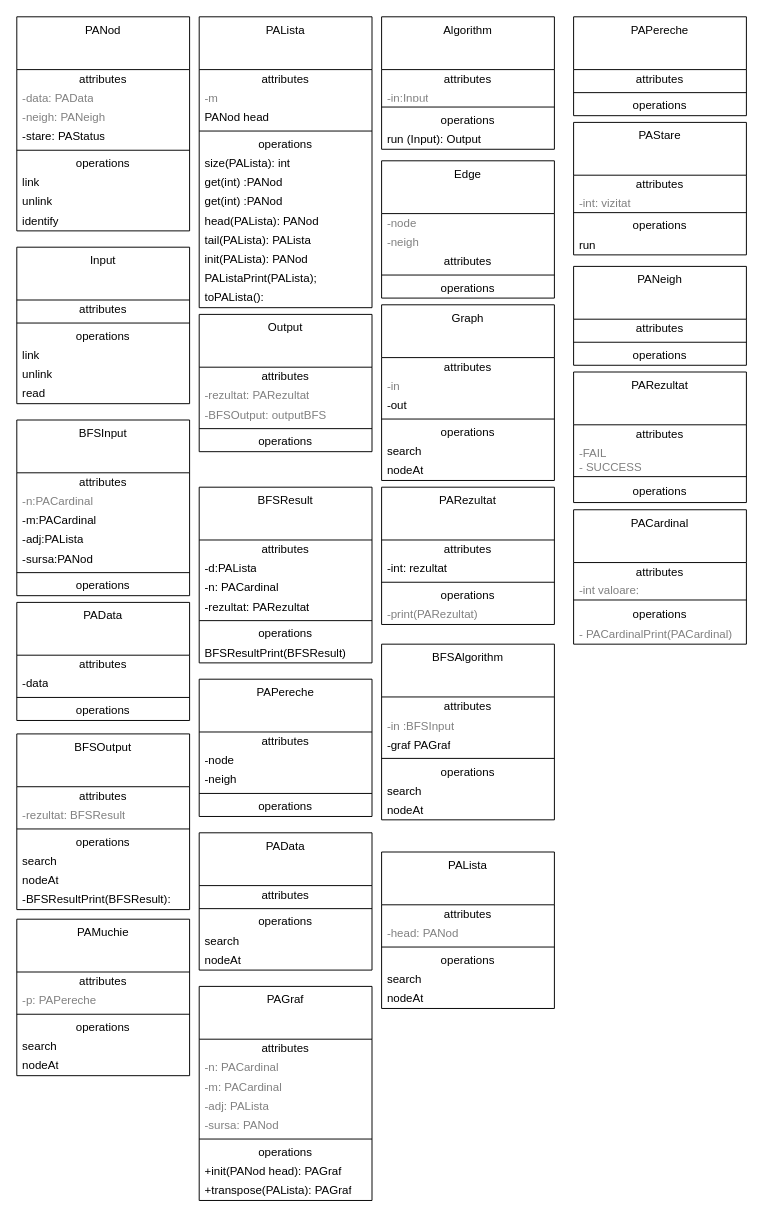
Cristof17/PALibrary keeps this draw.io diagram as C.drawio. Above is the earlier version. Source tidied: cells renumbered, new cells numbered last; positions are measured from the earlier drawing's top-left corner, leaving out a move shared by most shapes. Both pictures are drawn from the tidied source at 96%, with x=0, y=0 at pixel (16, 16).
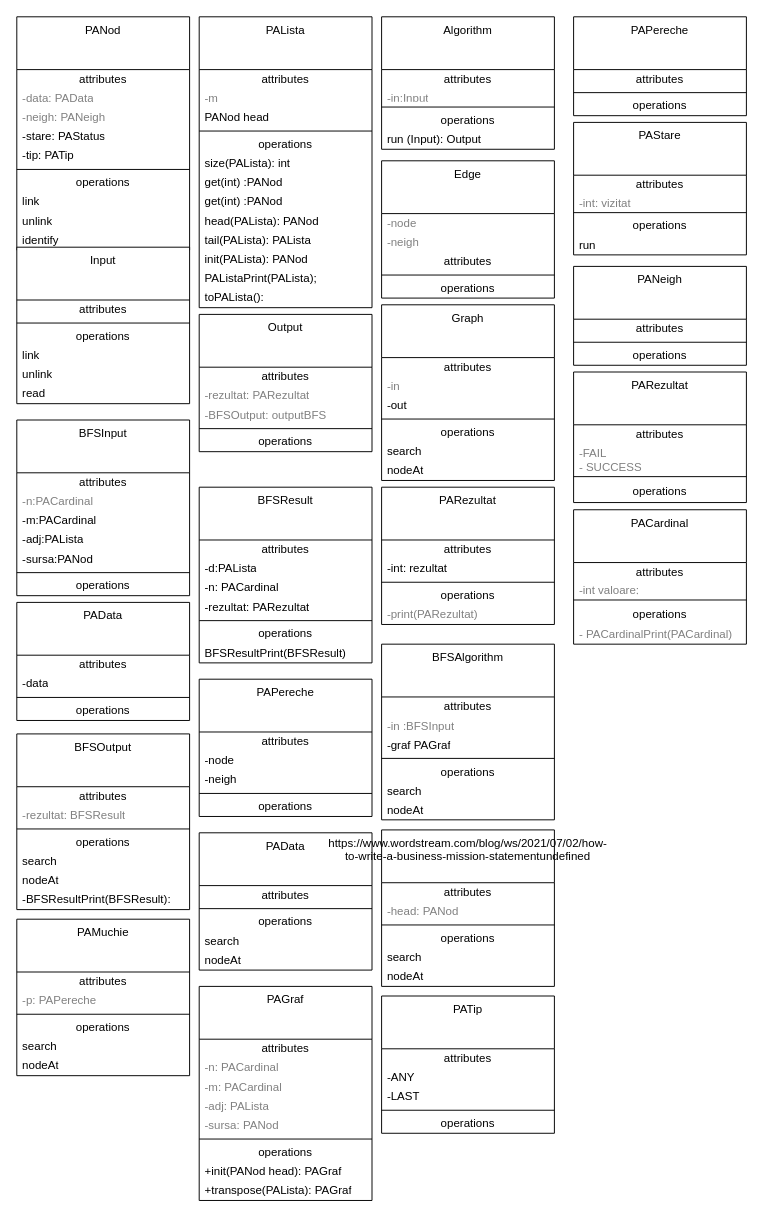
The same diagram, later.

Commit message (it also covers changes not shown here):
updated GraphIo drawing structure for PATip which represents the type of a node, be it any nde or last

What changed in the source:
```diff
@@
     <mxCell id="2" value="PANod" style="swimlane;fontStyle=0;align=center;verticalAlign=top;horizontal=1;startSize=55;html=1;whiteSpace=wrap;" parent="1" vertex="1">
-      <mxGeometry width="180" height="223" as="geometry" />
+      <mxGeometry width="180" height="243" as="geometry" />
     </mxCell>
@@
+    <mxCell id="164" value="-tip: PATip" style="text;html=1;strokeColor=none;fillColor=none;align=left;verticalAlign=middle;spacingLeft=4;spacingRight=4;overflow=hidden;whiteSpace=wrap;" parent="2" vertex="1">
+      <mxGeometry y="135" width="180" height="20" as="geometry" />
+    </mxCell>
     <mxCell id="7" style="line;strokeWidth=1;fillColor=none;align=left;verticalAlign=middle;spacingTop=-1;spacingLeft=3;spacingRight=3;labelPosition=right;" parent="2" vertex="1">
-      <mxGeometry y="135" width="180" height="8" as="geometry" />
+      <mxGeometry y="155" width="180" height="8" as="geometry" />
     </mxCell>
     <mxCell id="8" value="operations" style="text;html=1;strokeColor=none;fillColor=none;align=center;verticalAlign=middle;spacingLeft=4;spacingRight=4;overflow=hidden;whiteSpace=wrap;" parent="2" vertex="1">
-      <mxGeometry y="143" width="180" height="20" as="geometry" />
+      <mxGeometry y="163" width="180" height="20" as="geometry" />
     </mxCell>
     <mxCell id="9" value="link" style="text;html=1;strokeColor=none;fillColor=none;align=left;verticalAlign=middle;spacingLeft=4;spacingRight=4;overflow=hidden;whiteSpace=wrap;" parent="2" vertex="1">
-      <mxGeometry y="163" width="180" height="20" as="geometry" />
+      <mxGeometry y="183" width="180" height="20" as="geometry" />
     </mxCell>
     <mxCell id="10" value="unlink" style="text;html=1;strokeColor=none;fillColor=none;align=left;verticalAlign=middle;spacingLeft=4;spacingRight=4;overflow=hidden;whiteSpace=wrap;" parent="2" vertex="1">
-      <mxGeometry y="183" width="180" height="20" as="geometry" />
+      <mxGeometry y="203" width="180" height="20" as="geometry" />
     </mxCell>
     <mxCell id="11" value="identify" style="text;html=1;strokeColor=none;fillColor=none;align=left;verticalAlign=middle;spacingLeft=4;spacingRight=4;overflow=hidden;whiteSpace=wrap;" parent="2" vertex="1">
-      <mxGeometry y="203" width="180" height="20" as="geometry" />
+      <mxGeometry y="223" width="180" height="20" as="geometry" />
     </mxCell>
@@
-    <mxCell id="118" value="PALista" style="swimlane;fontStyle=0;align=center;verticalAlign=top;horizontal=1;startSize=55;html=1;whiteSpace=wrap;" parent="1" vertex="1">
-      <mxGeometry x="380" y="870" width="180" height="163" as="geometry" />
+    <mxCell id="118" value="https://www.wordstream.com/blog/ws/2021/07/02/how-to-write-a-business-mission-statementundefined" style="swimlane;fontStyle=0;align=center;verticalAlign=top;horizontal=1;startSize=55;html=1;whiteSpace=wrap;" parent="1" vertex="1">
+      <mxGeometry x="380" y="847" width="180" height="163" as="geometry" />
     </mxCell>
@@
+    <mxCell id="165" value="PATip" style="swimlane;fontStyle=0;align=center;verticalAlign=top;horizontal=1;startSize=55;html=1;whiteSpace=wrap;" parent="1" vertex="1">
+      <mxGeometry x="380" y="1020" width="180" height="143" as="geometry" />
+    </mxCell>
+    <mxCell id="166" value="attributes" style="text;html=1;strokeColor=none;fillColor=none;align=center;verticalAlign=middle;spacingLeft=4;spacingRight=4;overflow=hidden;whiteSpace=wrap;" parent="165" vertex="1">
+      <mxGeometry y="55" width="180" height="20" as="geometry" />
+    </mxCell>
+    <mxCell id="167" value="-ANY" style="text;html=1;strokeColor=none;fillColor=none;align=left;verticalAlign=middle;spacingLeft=4;spacingRight=4;overflow=hidden;whiteSpace=wrap;" parent="165" vertex="1">
+      <mxGeometry y="75" width="180" height="20" as="geometry" />
+    </mxCell>
+    <mxCell id="168" value="-LAST" style="text;html=1;strokeColor=none;fillColor=none;align=left;verticalAlign=middle;spacingLeft=4;spacingRight=4;overflow=hidden;whiteSpace=wrap;" parent="165" vertex="1">
+      <mxGeometry y="95" width="180" height="20" as="geometry" />
+    </mxCell>
+    <mxCell id="169" style="line;strokeWidth=1;fillColor=none;align=left;verticalAlign=middle;spacingTop=-1;spacingLeft=3;spacingRight=3;labelPosition=right;" parent="165" vertex="1">
+      <mxGeometry y="115" width="180" height="8" as="geometry" />
+    </mxCell>
+    <mxCell id="170" value="operations" style="text;html=1;strokeColor=none;fillColor=none;align=center;verticalAlign=middle;spacingLeft=4;spacingRight=4;overflow=hidden;whiteSpace=wrap;" parent="165" vertex="1">
+      <mxGeometry y="123" width="180" height="20" as="geometry" />
+    </mxCell>
```
